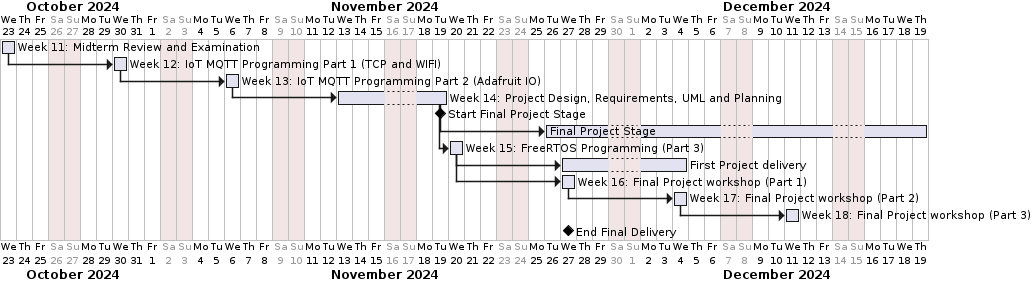
This is Documentation/CourseContent/PlanningPart2.png from Tonix22/FreeRTOSCourse, a PlantUML export, as it was before one commit.
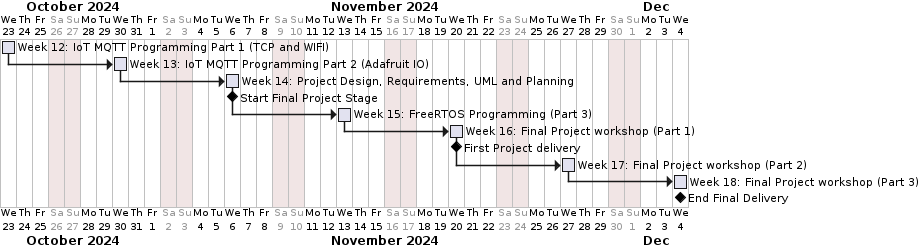
The same file after the commit.

Commit message:
Plantuml sync yeiii is 2 am morning =(

Diff of the diagram source:
```diff
@@ -4,18 +4,14 @@
 
 Project starts the 23th of October 2024
 
-
-[Week 11: Midterm Review and Examination] as [W11] starts at 2024-10-23 and lasts 1 day
-[Week 12: IoT MQTT Programming Part 1 (TCP and WIFI)] as [W12] starts 6 day after [W11]'s end and lasts 1 day
-[Week 13: IoT MQTT Programming Part 2 (Adafruit IO)] as [W13] starts 6 day after [W12]'s end and lasts 1 day
-[Week 14: Project Design, Requirements, UML and Planning] as [W14] starts 6 day after [W13]'s end and lasts 5 day
-[Start Final Project Stage] happens at [W14]'s end
-[Final Project Stage] as [FP] starts 6 day after [W14]'s end and lasts 18 day
-[Week 15: FreeRTOS Programming (Part 3)] as [W15] starts 0 day after [W14]'s end and lasts 1 day
-[First Project delivery] as [Stage] starts 6 day after [W15]'s end and lasts 6 day
-[Week 16: Final Project workshop (Part 1)] as [W16] starts 6 day after [W15]'s end and lasts 1 day
-[Week 17: Final Project workshop (Part 2)] as [W17] starts 6 day after [W16]'s end and lasts 1 day
-[Week 18: Final Project workshop (Part 3)] as [W18] starts 6 day after [W17]'s end and lasts 1 day
-[End Final Delivery] happens at [W16]'s end
-
+[Week 12: IoT MQTT Programming Part 1 (TCP and WIFI)] as [W1] starts at 2024-10-23 and lasts 1 day
+[Week 13: IoT MQTT Programming Part 2 (Adafruit IO)] as [W2] starts 6 days after [W1]'s end and lasts 1 day
+[Week 14: Project Design, Requirements, UML and Planning] as [W3] starts 6 days after [W2]'s end and lasts 1 day
+[Start Final Project Stage] happens at [W3]'s end
+[Week 15: FreeRTOS Programming (Part 3)] as [W4] starts 6 days after [W3]'s end and lasts 1 day
+[Week 16: Final Project workshop (Part 1)] as [W5] starts 6 days after [W4]'s end and lasts 1 day
+[First Project delivery] happens at [W5]'s end
+[Week 17: Final Project workshop (Part 2)] as [W6] starts 6 days after [W5]'s end and lasts 1 day
+[Week 18: Final Project workshop (Part 3)] as [W7] starts 6 days after [W6]'s end and lasts 1 day
+[End Final Delivery] happens at [W7]'s end
 @endgantt
```
